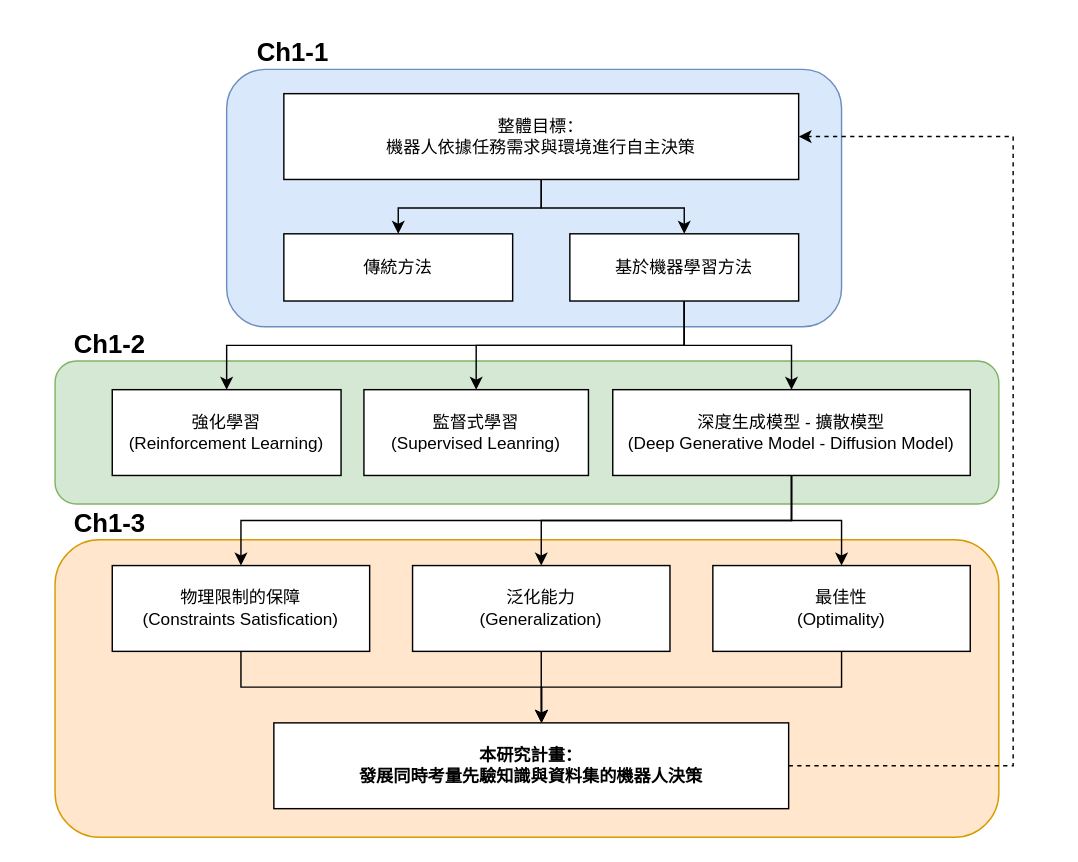
Above: Untitled Diagram.drawio in IanHuangYH/Paper_Submission_Chart (draw.io), before the change. Source tidied: cells renumbered, new cells numbered last; positions are measured from the earlier drawing's top-left corner, leaving out a move shared by most shapes. Both pictures are drawn from the tidied source at 143%, with x=0, y=0 at pixel (54, 24).
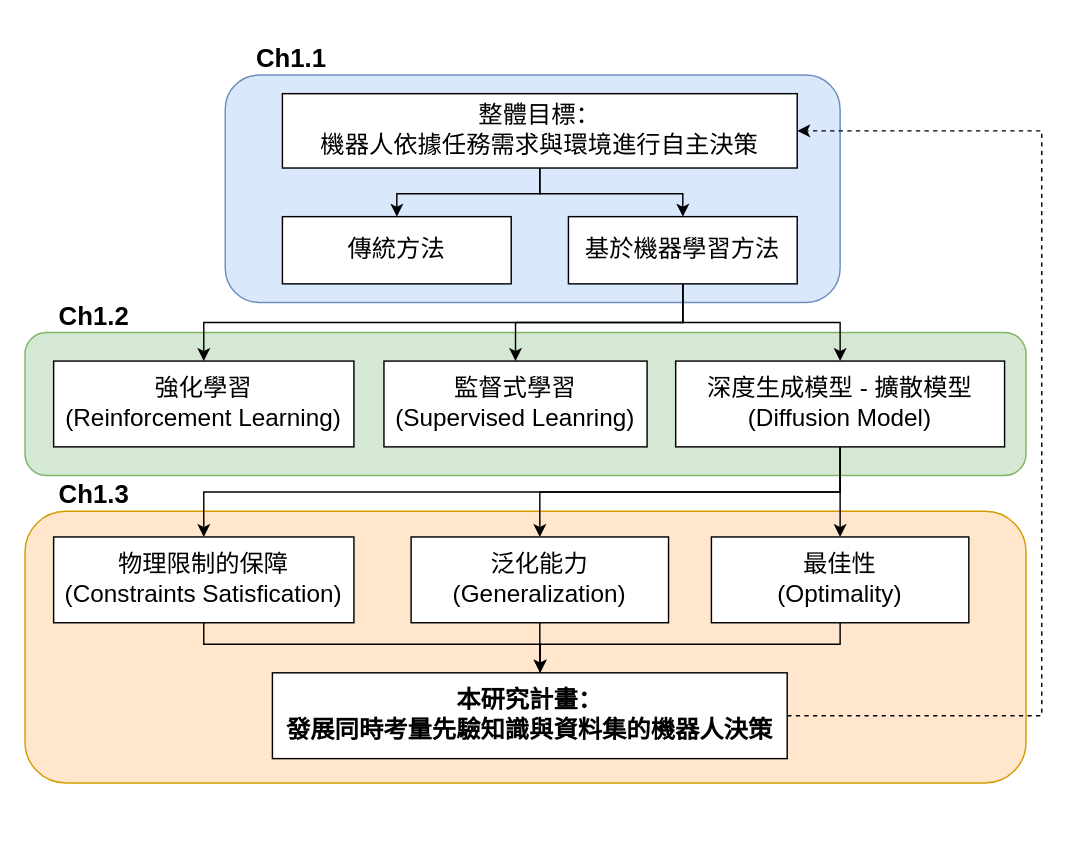
The same diagram, later.

Diff of the diagram source:
```diff
@@
+    <mxCell id="30" style="group;" parent="1" vertex="1">
+      <mxGeometry x="-1" width="680" height="568" as="geometry" />
+    </mxCell>
-    <mxCell id="2" value="&lt;h3&gt;&lt;br&gt;&lt;/h3&gt;" style="rounded=1;whiteSpace=wrap;html=1;fillColor=#ffe6cc;strokeColor=#d79b00;align=left;" parent="1" vertex="1">
-      <mxGeometry y="360" width="660" height="208" as="geometry" />
+    <mxCell id="2" value="&lt;h3&gt;&lt;br&gt;&lt;/h3&gt;" style="rounded=1;whiteSpace=wrap;html=1;fillColor=#ffe6cc;strokeColor=#d79b00;align=left;" parent="30" vertex="1">
+      <mxGeometry x="-20" y="340" width="700" height="190" as="geometry" />
     </mxCell>
-    <mxCell id="3" value="&lt;h3&gt;&lt;br&gt;&lt;/h3&gt;" style="rounded=1;whiteSpace=wrap;html=1;fillColor=#d5e8d4;strokeColor=#82b366;align=left;" parent="1" vertex="1">
-      <mxGeometry y="235" width="660" height="100" as="geometry" />
+    <mxCell id="3" value="&lt;h3&gt;&lt;br&gt;&lt;/h3&gt;" style="rounded=1;whiteSpace=wrap;html=1;fillColor=#d5e8d4;strokeColor=#82b366;align=left;" parent="30" vertex="1">
+      <mxGeometry x="-20" y="215" width="700" height="100" as="geometry" />
     </mxCell>
-    <mxCell id="4" value="&lt;h3&gt;&lt;br&gt;&lt;/h3&gt;" style="rounded=1;whiteSpace=wrap;html=1;fillColor=#dae8fc;strokeColor=#6c8ebf;align=left;" parent="1" vertex="1">
-      <mxGeometry x="120" y="31" width="430" height="180" as="geometry" />
+    <mxCell id="4" value="&lt;h3&gt;&lt;br&gt;&lt;/h3&gt;" style="rounded=1;whiteSpace=wrap;html=1;fillColor=#dae8fc;strokeColor=#6c8ebf;align=left;" parent="30" vertex="1">
+      <mxGeometry x="120" y="35" width="430" height="159" as="geometry" />
     </mxCell>
-    <mxCell id="5" style="edgeStyle=orthogonalEdgeStyle;rounded=0;jettySize=auto;html=1;exitX=0.5;exitY=1;exitDx=0;exitDy=0;entryX=0.5;entryY=0;entryDx=0;entryDy=0;" parent="1" edge="1" source="6" target="7">
-      <mxGeometry relative="1" as="geometry" />
+    <mxCell id="5" style="edgeStyle=orthogonalEdgeStyle;rounded=0;jettySize=auto;html=1;exitX=0.5;exitY=1;exitDx=0;exitDy=0;entryX=0.5;entryY=0;entryDx=0;entryDy=0;" parent="30" edge="1" source="6" target="7">
+      <mxGeometry relative="1" as="geometry">
+        <Array as="points">
+          <mxPoint x="340" y="118" />
+          <mxPoint x="240" y="118" />
+        </Array>
+      </mxGeometry>
     </mxCell>
-    <mxCell id="6" value="整體目標：&lt;br&gt;機器人依據任務需求與環境進行自主決策" style="rounded=0;whiteSpace=wrap;html=1;" parent="1" vertex="1">
-      <mxGeometry x="160" y="48" width="360" height="60" as="geometry" />
+    <mxCell id="6" value="&lt;font style=&quot;font-size: 17px;&quot;&gt;整體目標：&lt;br&gt;機器人依據任務需求與環境進行自主決策&lt;/font&gt;" style="rounded=0;whiteSpace=wrap;html=1;" parent="30" vertex="1">
+      <mxGeometry x="160" y="48" width="360" height="52" as="geometry" />
     </mxCell>
-    <mxCell id="7" value="傳統方法" style="rounded=0;whiteSpace=wrap;html=1;" parent="1" vertex="1">
-      <mxGeometry x="160" y="146" width="160" height="47" as="geometry" />
+    <mxCell id="7" value="&lt;font style=&quot;font-size: 17px;&quot;&gt;傳統方法&lt;/font&gt;" style="rounded=0;whiteSpace=wrap;html=1;" parent="30" vertex="1">
+      <mxGeometry x="160" y="134" width="160" height="47" as="geometry" />
     </mxCell>
-    <mxCell id="8" style="edgeStyle=orthogonalEdgeStyle;rounded=0;jettySize=auto;html=1;exitX=0.5;exitY=1;exitDx=0;exitDy=0;entryX=0.5;entryY=0;entryDx=0;entryDy=0;" parent="1" edge="1" source="11" target="13">
+    <mxCell id="8" style="edgeStyle=orthogonalEdgeStyle;rounded=0;jettySize=auto;html=1;exitX=0.5;exitY=1;exitDx=0;exitDy=0;entryX=0.5;entryY=0;entryDx=0;entryDy=0;" parent="30" edge="1" source="11" target="13">
       <mxGeometry relative="1" as="geometry" />
     </mxCell>
-    <mxCell id="9" style="edgeStyle=orthogonalEdgeStyle;rounded=0;jettySize=auto;html=1;exitX=0.5;exitY=1;exitDx=0;exitDy=0;entryX=0.5;entryY=0;entryDx=0;entryDy=0;" parent="1" edge="1" source="11" target="17">
+    <mxCell id="9" style="edgeStyle=orthogonalEdgeStyle;rounded=0;jettySize=auto;html=1;exitX=0.5;exitY=1;exitDx=0;exitDy=0;entryX=0.5;entryY=0;entryDx=0;entryDy=0;" parent="30" edge="1" source="11" target="17">
       <mxGeometry relative="1" as="geometry" />
     </mxCell>
-    <mxCell id="10" style="edgeStyle=orthogonalEdgeStyle;rounded=0;jettySize=auto;html=1;exitX=0.5;exitY=1;exitDx=0;exitDy=0;entryX=0.5;entryY=0;entryDx=0;entryDy=0;" parent="1" edge="1" source="11" target="12">
+    <mxCell id="10" style="edgeStyle=orthogonalEdgeStyle;rounded=0;jettySize=auto;html=1;exitX=0.5;exitY=1;exitDx=0;exitDy=0;entryX=0.5;entryY=0;entryDx=0;entryDy=0;" parent="30" edge="1" source="11" target="12">
       <mxGeometry relative="1" as="geometry" />
     </mxCell>
-    <mxCell id="11" value="基於機器學習方法" style="rounded=0;whiteSpace=wrap;html=1;" parent="1" vertex="1">
-      <mxGeometry x="360" y="146" width="160" height="47" as="geometry" />
+    <mxCell id="11" value="&lt;font style=&quot;font-size: 17px;&quot;&gt;基於機器學習方法&lt;/font&gt;" style="rounded=0;whiteSpace=wrap;html=1;" parent="30" vertex="1">
+      <mxGeometry x="360" y="134" width="160" height="47" as="geometry" />
     </mxCell>
-    <mxCell id="12" value="監督式學習&lt;br&gt;(Supervised Leanring)" style="rounded=0;whiteSpace=wrap;html=1;" parent="1" vertex="1">
-      <mxGeometry x="216" y="255" width="157" height="60" as="geometry" />
+    <mxCell id="12" value="&lt;font style=&quot;font-size: 17px;&quot;&gt;監督式學習&lt;br&gt;(Supervised Leanring)&lt;/font&gt;" style="rounded=0;whiteSpace=wrap;html=1;" parent="30" vertex="1">
+      <mxGeometry x="231" y="235" width="184" height="60" as="geometry" />
     </mxCell>
-    <mxCell id="13" value="強化學習&lt;br&gt;(Reinforcement Learning)" style="rounded=0;whiteSpace=wrap;html=1;" parent="1" vertex="1">
-      <mxGeometry x="40" y="255" width="160" height="60" as="geometry" />
+    <mxCell id="13" value="&lt;font style=&quot;font-size: 17px;&quot;&gt;強化學習&lt;br&gt;(Reinforcement Learning)&lt;/font&gt;" style="rounded=0;whiteSpace=wrap;html=1;" parent="30" vertex="1">
+      <mxGeometry y="235" width="210" height="60" as="geometry" />
     </mxCell>
-    <mxCell id="14" style="edgeStyle=orthogonalEdgeStyle;rounded=0;jettySize=auto;html=1;exitX=0.5;exitY=1;exitDx=0;exitDy=0;entryX=0.5;entryY=0;entryDx=0;entryDy=0;" parent="1" edge="1" source="17" target="18">
+    <mxCell id="14" style="edgeStyle=orthogonalEdgeStyle;rounded=0;jettySize=auto;html=1;exitX=0.5;exitY=1;exitDx=0;exitDy=0;entryX=0.5;entryY=0;entryDx=0;entryDy=0;" parent="30" edge="1" source="17" target="18">
       <mxGeometry relative="1" as="geometry" />
     </mxCell>
-    <mxCell id="15" style="edgeStyle=orthogonalEdgeStyle;rounded=0;jettySize=auto;html=1;exitX=0.5;exitY=1;exitDx=0;exitDy=0;entryX=0.5;entryY=0;entryDx=0;entryDy=0;" parent="1" edge="1" source="17" target="21">
+    <mxCell id="15" style="edgeStyle=orthogonalEdgeStyle;rounded=0;jettySize=auto;html=1;exitX=0.5;exitY=1;exitDx=0;exitDy=0;entryX=0.5;entryY=0;entryDx=0;entryDy=0;" parent="30" edge="1" source="17" target="21">
       <mxGeometry relative="1" as="geometry" />
     </mxCell>
-    <mxCell id="16" style="edgeStyle=orthogonalEdgeStyle;rounded=0;jettySize=auto;html=1;exitX=0.5;exitY=1;exitDx=0;exitDy=0;entryX=0.5;entryY=0;entryDx=0;entryDy=0;" parent="1" edge="1" source="17" target="20">
+    <mxCell id="16" style="edgeStyle=orthogonalEdgeStyle;rounded=0;jettySize=auto;html=1;exitX=0.5;exitY=1;exitDx=0;exitDy=0;entryX=0.5;entryY=0;entryDx=0;entryDy=0;" parent="30" edge="1" source="17" target="20">
       <mxGeometry relative="1" as="geometry" />
     </mxCell>
-    <mxCell id="17" value="深度生成模型 - 擴散模型&lt;br&gt;(Deep Generative Model - Diffusion Model)" style="rounded=0;whiteSpace=wrap;html=1;" parent="1" vertex="1">
-      <mxGeometry x="390" y="255" width="250" height="60" as="geometry" />
+    <mxCell id="17" value="&lt;font style=&quot;font-size: 17px;&quot;&gt;深度生成模型 - 擴散模型&lt;br&gt;(Diffusion Model)&lt;/font&gt;" style="rounded=0;whiteSpace=wrap;html=1;" parent="30" vertex="1">
+      <mxGeometry x="435" y="235" width="230" height="60" as="geometry" />
     </mxCell>
-    <mxCell id="18" value="物理限制的保障&lt;br&gt;(Constraints Satisfication)" style="rounded=0;whiteSpace=wrap;html=1;" parent="1" vertex="1">
-      <mxGeometry x="40" y="378" width="180" height="60" as="geometry" />
+    <mxCell id="18" value="&lt;font style=&quot;font-size: 17px;&quot;&gt;物理限制的保障&lt;br&gt;(Constraints Satisfication)&lt;/font&gt;" style="rounded=0;whiteSpace=wrap;html=1;" parent="30" vertex="1">
+      <mxGeometry y="358" width="210" height="60" as="geometry" />
     </mxCell>
-    <mxCell id="19" style="edgeStyle=orthogonalEdgeStyle;rounded=0;jettySize=auto;html=1;exitX=0.5;exitY=1;exitDx=0;exitDy=0;" parent="1" edge="1" source="20">
+    <mxCell id="19" style="edgeStyle=orthogonalEdgeStyle;rounded=0;jettySize=auto;html=1;exitX=0.5;exitY=1;exitDx=0;exitDy=0;" parent="30" edge="1" source="20">
       <mxGeometry relative="1" as="geometry">
-        <mxPoint x="340.1" y="488" as="targetPoint" />
+        <mxPoint x="340.1" y="468" as="targetPoint" />
       </mxGeometry>
     </mxCell>
-    <mxCell id="20" value="泛化能力&lt;br&gt;(Generalization)" style="rounded=0;whiteSpace=wrap;html=1;" parent="1" vertex="1">
-      <mxGeometry x="250" y="378" width="180" height="60" as="geometry" />
+    <mxCell id="20" value="&lt;font style=&quot;font-size: 17px;&quot;&gt;泛化能力&lt;br&gt;(Generalization)&lt;/font&gt;" style="rounded=0;whiteSpace=wrap;html=1;" parent="30" vertex="1">
+      <mxGeometry x="250" y="358" width="180" height="60" as="geometry" />
     </mxCell>
-    <mxCell id="21" value="最佳性&lt;br&gt;(Optimality)" style="rounded=0;whiteSpace=wrap;html=1;" parent="1" vertex="1">
-      <mxGeometry x="460" y="378" width="180" height="60" as="geometry" />
+    <mxCell id="21" value="&lt;font style=&quot;font-size: 17px;&quot;&gt;最佳性&lt;br&gt;(Optimality)&lt;/font&gt;" style="rounded=0;whiteSpace=wrap;html=1;" parent="30" vertex="1">
+      <mxGeometry x="460" y="358" width="180" height="60" as="geometry" />
     </mxCell>
-    <mxCell id="22" style="edgeStyle=orthogonalEdgeStyle;rounded=0;jettySize=auto;html=1;exitX=1;exitY=0.5;exitDx=0;exitDy=0;entryX=1;entryY=0.5;entryDx=0;entryDy=0;dashed=1;" parent="1" edge="1" source="23" target="6">
+    <mxCell id="22" style="edgeStyle=orthogonalEdgeStyle;rounded=0;jettySize=auto;html=1;exitX=1;exitY=0.5;exitDx=0;exitDy=0;entryX=1;entryY=0.5;entryDx=0;entryDy=0;dashed=1;" parent="30" edge="1" source="23" target="6">
       <mxGeometry relative="1" as="geometry">
         <Array as="points">
-          <mxPoint x="670" y="518" />
-          <mxPoint x="670" y="78" />
+          <mxPoint x="691" y="483" />
+          <mxPoint x="691" y="74" />
         </Array>
       </mxGeometry>
     </mxCell>
-    <mxCell id="23" value="&lt;b&gt;本研究計畫：&lt;br&gt;發展同時考量先驗知識與資料集的&lt;/b&gt;&lt;b&gt;機器人決策&lt;/b&gt;" style="rounded=0;whiteSpace=wrap;html=1;" parent="1" vertex="1">
-      <mxGeometry x="153" y="488" width="360" height="60" as="geometry" />
+    <mxCell id="23" value="&lt;font style=&quot;font-size: 17px;&quot;&gt;&lt;b style=&quot;&quot;&gt;本研究計畫：&lt;br&gt;發展同時考量先驗知識與資料集的&lt;/b&gt;&lt;b style=&quot;&quot;&gt;機器人決策&lt;/b&gt;&lt;/font&gt;" style="rounded=0;whiteSpace=wrap;html=1;" parent="30" vertex="1">
+      <mxGeometry x="153" y="453" width="360" height="60" as="geometry" />
     </mxCell>
-    <mxCell id="24" style="edgeStyle=orthogonalEdgeStyle;rounded=0;jettySize=auto;html=1;exitX=0.5;exitY=1;exitDx=0;exitDy=0;entryX=0.5;entryY=0;entryDx=0;entryDy=0;" parent="1" edge="1" source="6" target="11">
-      <mxGeometry relative="1" as="geometry" />
+    <mxCell id="24" style="edgeStyle=orthogonalEdgeStyle;rounded=0;jettySize=auto;html=1;exitX=0.5;exitY=1;exitDx=0;exitDy=0;entryX=0.5;entryY=0;entryDx=0;entryDy=0;" parent="30" edge="1" source="6" target="11">
+      <mxGeometry relative="1" as="geometry">
+        <Array as="points">
+          <mxPoint x="340" y="118" />
+          <mxPoint x="440" y="118" />
+        </Array>
+      </mxGeometry>
     </mxCell>
-    <mxCell id="25" style="edgeStyle=orthogonalEdgeStyle;rounded=0;jettySize=auto;html=1;exitX=0.5;exitY=1;exitDx=0;exitDy=0;entryX=0.52;entryY=0.001;entryDx=0;entryDy=0;entryPerimeter=0;" parent="1" edge="1" source="21" target="23">
-      <mxGeometry relative="1" as="geometry" />
+    <mxCell id="25" style="edgeStyle=orthogonalEdgeStyle;rounded=0;jettySize=auto;html=1;exitX=0.5;exitY=1;exitDx=0;exitDy=0;entryX=0.52;entryY=0.001;entryDx=0;entryDy=0;entryPerimeter=0;" parent="30" edge="1" source="21" target="23">
+      <mxGeometry relative="1" as="geometry">
+        <Array as="points">
+          <mxPoint x="550" y="433" />
+          <mxPoint x="340" y="433" />
+        </Array>
+      </mxGeometry>
     </mxCell>
-    <mxCell id="26" style="edgeStyle=orthogonalEdgeStyle;rounded=0;jettySize=auto;html=1;exitX=0.5;exitY=1;exitDx=0;exitDy=0;entryX=0.52;entryY=-0.003;entryDx=0;entryDy=0;entryPerimeter=0;" parent="1" edge="1" source="18" target="23">
-      <mxGeometry relative="1" as="geometry" />
+    <mxCell id="26" style="edgeStyle=orthogonalEdgeStyle;rounded=0;jettySize=auto;html=1;exitX=0.5;exitY=1;exitDx=0;exitDy=0;entryX=0.52;entryY=-0.003;entryDx=0;entryDy=0;entryPerimeter=0;" parent="30" edge="1" source="18" target="23">
+      <mxGeometry relative="1" as="geometry">
+        <Array as="points">
+          <mxPoint x="105" y="433" />
+          <mxPoint x="340" y="433" />
+        </Array>
+      </mxGeometry>
     </mxCell>
-    <mxCell id="27" value="&lt;b&gt;&lt;font style=&quot;font-size: 18px;&quot;&gt;Ch1-1&lt;/font&gt;&lt;/b&gt;" style="text;html=1;align=center;verticalAlign=middle;strokeColor=none;fillColor=none;" parent="1" vertex="1">
-      <mxGeometry x="131" width="70" height="40" as="geometry" />
+    <mxCell id="27" value="&lt;b&gt;&lt;font style=&quot;font-size: 18px;&quot;&gt;Ch1.1&lt;/font&gt;&lt;/b&gt;" style="text;html=1;align=center;verticalAlign=middle;strokeColor=none;fillColor=none;" parent="30" vertex="1">
+      <mxGeometry x="131" y="4" width="70" height="40" as="geometry" />
     </mxCell>
-    <mxCell id="28" value="&lt;b&gt;&lt;font style=&quot;font-size: 18px;&quot;&gt;Ch1-2&lt;/font&gt;&lt;/b&gt;" style="text;html=1;align=center;verticalAlign=middle;strokeColor=none;fillColor=none;" parent="1" vertex="1">
-      <mxGeometry x="3" y="204" width="70" height="40" as="geometry" />
+    <mxCell id="28" value="&lt;b&gt;&lt;font style=&quot;font-size: 18px;&quot;&gt;Ch1.2&lt;/font&gt;&lt;/b&gt;" style="text;html=1;align=center;verticalAlign=middle;strokeColor=none;fillColor=none;" parent="30" vertex="1">
+      <mxGeometry x="-7" y="184" width="70" height="40" as="geometry" />
     </mxCell>
-    <mxCell id="29" value="&lt;b&gt;&lt;font style=&quot;font-size: 18px;&quot;&gt;Ch1-3&lt;/font&gt;&lt;/b&gt;" style="text;html=1;align=center;verticalAlign=middle;strokeColor=none;fillColor=none;" parent="1" vertex="1">
-      <mxGeometry x="3" y="329" width="70" height="40" as="geometry" />
+    <mxCell id="29" value="&lt;b&gt;&lt;font style=&quot;font-size: 18px;&quot;&gt;Ch1.3&lt;/font&gt;&lt;/b&gt;" style="text;html=1;align=center;verticalAlign=middle;strokeColor=none;fillColor=none;" parent="30" vertex="1">
+      <mxGeometry x="-7" y="309" width="70" height="40" as="geometry" />
     </mxCell>
```
